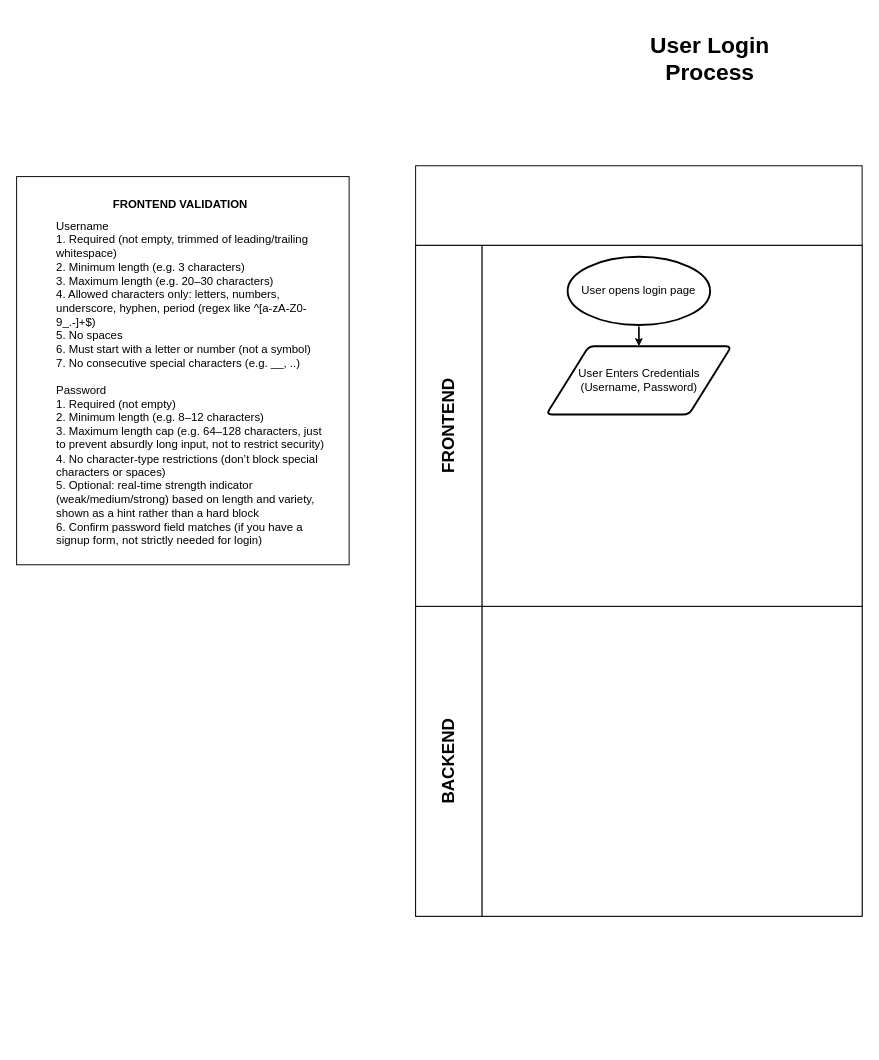
RHILIUS/drawio keeps this draw.io diagram as E-Commerce API Business Process.drawio. Above is the earlier version. Source tidied: cells renumbered, new cells numbered last; positions are measured from the earlier drawing's top-left corner, leaving out a move shared by most shapes. Both pictures are drawn from the tidied source at 95%, with x=0, y=0 at pixel (16, 42).
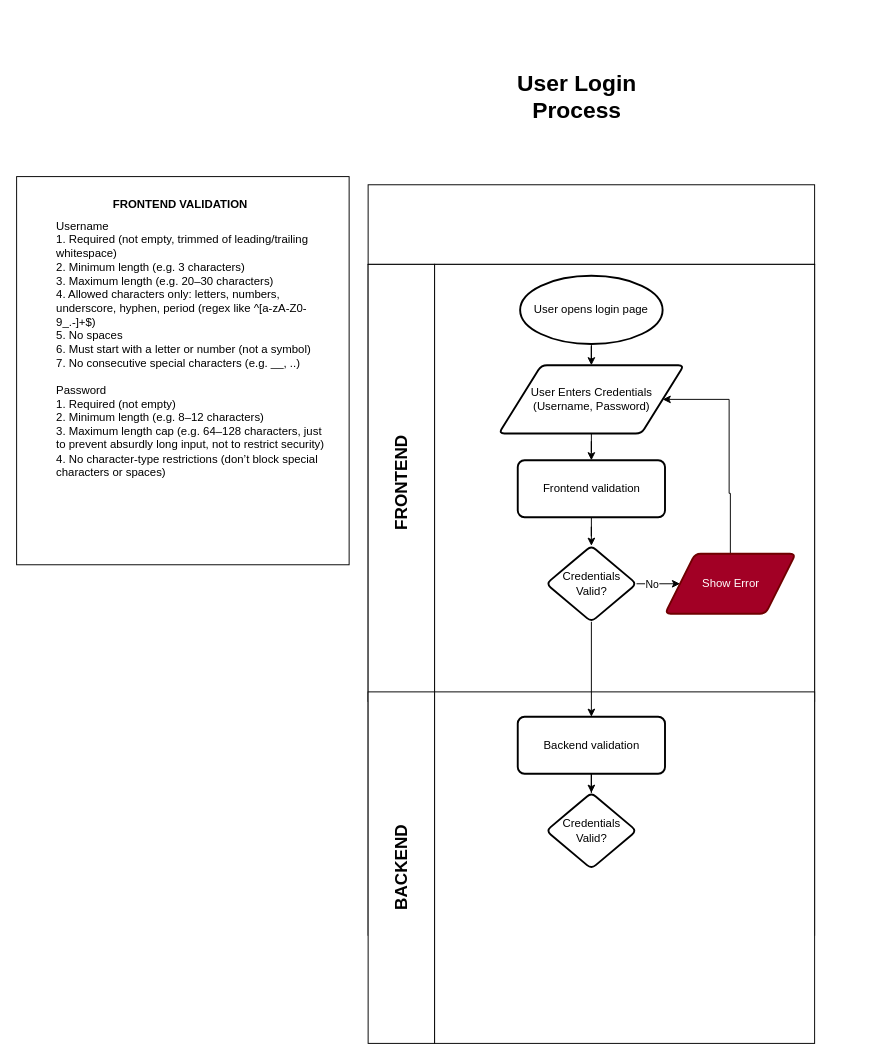
Above is the later version.

The change refers to these unchanged cells:
```xml
<mxCell id="19" value="User Enters Credentials&lt;br&gt;(Username, Password)" style="shape=parallelogram;html=1;strokeWidth=2;perimeter=parallelogramPerimeter;whiteSpace=wrap;rounded=1;arcSize=12;size=0.23;" parent="10" vertex="1">
  <mxGeometry x="137.5" y="106.2" width="195" height="71.8" as="geometry" />
</mxCell>
```

Diff of the diagram source:
```diff
@@
     <mxCell id="3" value="&lt;h1&gt;User Login Process&lt;/h1&gt;&lt;div&gt;&lt;br&gt;&lt;/div&gt;" style="text;html=1;whiteSpace=wrap;strokeColor=none;fillColor=none;align=center;verticalAlign=middle;rounded=0;horizontal=1;" parent="1" vertex="1">
-      <mxGeometry x="640" width="180" height="50" as="geometry" />
+      <mxGeometry x="500" y="40" width="180" height="50" as="geometry" />
     </mxCell>
     <mxCell id="4" style="group;horizontal=0;" parent="1" vertex="1">
-      <mxGeometry x="420" y="130" width="470" height="790" as="geometry" />
+      <mxGeometry x="370" y="150" width="470" height="903.8" as="geometry" />
     </mxCell>
     <mxCell id="5" style="group;" parent="4" vertex="1">
-      <mxGeometry width="470" height="790" as="geometry" />
+      <mxGeometry width="470" height="903.8" as="geometry" />
     </mxCell>
     <mxCell id="6" style="group;" parent="5" vertex="1">
-      <mxGeometry width="470" height="790" as="geometry" />
+      <mxGeometry width="470" height="903.8" as="geometry" />
     </mxCell>
     <mxCell id="7" style="group;" parent="6" vertex="1">
-      <mxGeometry width="470" height="790" as="geometry" />
+      <mxGeometry width="470" height="903.8" as="geometry" />
     </mxCell>
     <mxCell id="8" style="group;" parent="7" vertex="1">
-      <mxGeometry width="470" height="790" as="geometry" />
+      <mxGeometry width="470" height="903.8" as="geometry" />
     </mxCell>
@@
     <mxCell id="10" style="group;" parent="8" vertex="1">
-      <mxGeometry y="83.8" width="470" height="706.2" as="geometry" />
+      <mxGeometry y="83.8" width="470" height="820" as="geometry" />
     </mxCell>
@@
     <mxCell id="13" value="&lt;h2&gt;FRONTEND&lt;/h2&gt;" style="rounded=0;whiteSpace=wrap;html=1;horizontal=0;" parent="10" vertex="1">
-      <mxGeometry width="70" height="380" as="geometry" />
+      <mxGeometry width="70" height="460" as="geometry" />
     </mxCell>
     <mxCell id="14" style="rounded=0;whiteSpace=wrap;html=1;" parent="10" vertex="1">
-      <mxGeometry x="70" width="400" height="380" as="geometry" />
+      <mxGeometry x="70" width="400" height="460" as="geometry" />
     </mxCell>
     <mxCell id="15" value="&lt;h2&gt;BACKEND&lt;/h2&gt;" style="rounded=0;whiteSpace=wrap;html=1;horizontal=0;" parent="10" vertex="1">
-      <mxGeometry y="380" width="70" height="326.2" as="geometry" />
+      <mxGeometry y="450" width="70" height="370" as="geometry" />
     </mxCell>
     <mxCell id="16" style="rounded=0;whiteSpace=wrap;html=1;" parent="10" vertex="1">
-      <mxGeometry x="70" y="380" width="400" height="326.2" as="geometry" />
+      <mxGeometry x="70" y="450" width="400" height="370" as="geometry" />
     </mxCell>
@@
+    <mxCell id="23" value="Frontend validation" style="whiteSpace=wrap;html=1;strokeWidth=2;rounded=1;arcSize=12;" parent="10" vertex="1">
+      <mxGeometry x="157.5" y="206.2" width="155" height="60" as="geometry" />
+    </mxCell>
+    <mxCell id="24" style="edgeStyle=orthogonalEdgeStyle;rounded=0;jettySize=auto;html=1;" parent="10" edge="1" source="19" target="23">
+      <mxGeometry relative="1" as="geometry" />
+    </mxCell>
+    <mxCell id="25" style="edgeStyle=orthogonalEdgeStyle;rounded=0;jettySize=auto;html=1;entryX=0;entryY=0.5;entryDx=0;entryDy=0;" parent="10" edge="1" source="28" target="31">
+      <mxGeometry relative="1" as="geometry" />
+    </mxCell>
+    <mxCell id="26" value="No" style="edgeLabel;html=1;align=center;verticalAlign=middle;" parent="25" vertex="1">
+      <mxGeometry x="0.1" relative="1" as="geometry" />
+    </mxCell>
+    <mxCell id="27" style="edgeStyle=orthogonalEdgeStyle;rounded=0;jettySize=auto;html=1;entryX=0.5;entryY=0;entryDx=0;entryDy=0;" parent="10" edge="1" source="28" target="33">
+      <mxGeometry relative="1" as="geometry" />
+    </mxCell>
+    <mxCell id="28" value="Credentials Valid?" style="rhombus;whiteSpace=wrap;html=1;strokeWidth=2;rounded=1;arcSize=12;" parent="10" vertex="1">
+      <mxGeometry x="187.5" y="296.2" width="95" height="80" as="geometry" />
+    </mxCell>
+    <mxCell id="29" style="edgeStyle=orthogonalEdgeStyle;rounded=0;jettySize=auto;html=1;" parent="10" edge="1" source="23" target="28">
+      <mxGeometry relative="1" as="geometry" />
+    </mxCell>
+    <mxCell id="30" style="edgeStyle=orthogonalEdgeStyle;rounded=0;jettySize=auto;html=1;entryX=1;entryY=0.5;entryDx=0;entryDy=0;" parent="10" edge="1" source="31" target="19">
+      <mxGeometry relative="1" as="geometry">
+        <Array as="points">
+          <mxPoint x="381" y="241" />
+          <mxPoint x="380" y="241" />
+          <mxPoint x="380" y="142" />
+        </Array>
+      </mxGeometry>
+    </mxCell>
+    <mxCell id="31" value="Show Error" style="shape=parallelogram;html=1;strokeWidth=2;perimeter=parallelogramPerimeter;whiteSpace=wrap;rounded=1;arcSize=12;size=0.23;fillColor=#a20025;fontColor=#ffffff;strokeColor=#6F0000;" parent="10" vertex="1">
+      <mxGeometry x="312.5" y="304.6" width="137.5" height="63.2" as="geometry" />
+    </mxCell>
+    <mxCell id="32" style="edgeStyle=orthogonalEdgeStyle;rounded=0;jettySize=auto;html=1;entryX=0.5;entryY=0;entryDx=0;entryDy=0;" parent="10" edge="1" source="33" target="34">
+      <mxGeometry relative="1" as="geometry" />
+    </mxCell>
+    <mxCell id="33" value="Backend validation" style="whiteSpace=wrap;html=1;strokeWidth=2;rounded=1;arcSize=12;" parent="10" vertex="1">
+      <mxGeometry x="157.5" y="476.2" width="155" height="60" as="geometry" />
+    </mxCell>
+    <mxCell id="34" value="Credentials Valid?" style="rhombus;whiteSpace=wrap;html=1;strokeWidth=2;rounded=1;arcSize=12;" parent="10" vertex="1">
+      <mxGeometry x="187.5" y="556.2" width="95" height="80" as="geometry" />
+    </mxCell>
@@
-    <mxCell id="22" value="&lt;div&gt;Username&lt;/div&gt;&lt;div&gt;1. Required (not empty, trimmed of leading/trailing whitespace)&lt;/div&gt;&lt;div&gt;2. Minimum length (e.g. 3 characters)&lt;/div&gt;&lt;div&gt;3. Maximum length (e.g. 20–30 characters)&lt;/div&gt;&lt;div&gt;4. Allowed characters only: letters, numbers, underscore, hyphen, period (regex like ^[a-zA-Z0-9_.-]+$)&lt;/div&gt;&lt;div&gt;5. No spaces&lt;/div&gt;&lt;div&gt;6. Must start with a letter or number (not a symbol)&lt;/div&gt;&lt;div&gt;7. No consecutive special characters (e.g. __, ..)&lt;/div&gt;&lt;div&gt;&lt;br&gt;&lt;/div&gt;&lt;div&gt;Password&lt;/div&gt;&lt;div&gt;1. Required (not empty)&lt;/div&gt;&lt;div&gt;2. Minimum length (e.g. 8–12 characters)&lt;/div&gt;&lt;div&gt;3. Maximum length cap (e.g. 64–128 characters, just to prevent absurdly long input, not to restrict security)&lt;/div&gt;&lt;div&gt;4. No character-type restrictions (don’t block special characters or spaces)&lt;/div&gt;&lt;div&gt;5. Optional: real-time strength indicator (weak/medium/strong) based on length and variety, shown as a hint rather than a hard block&lt;/div&gt;&lt;div&gt;6. Confirm password field matches (if you have a signup form, not strictly needed for login)&lt;/div&gt;&lt;div&gt;&lt;br&gt;&lt;/div&gt;" style="text;html=1;whiteSpace=wrap;strokeColor=none;fillColor=none;align=left;verticalAlign=top;rounded=0;" parent="1" vertex="1">
+    <mxCell id="22" value="&lt;div&gt;Username&lt;/div&gt;&lt;div&gt;1. Required (not empty, trimmed of leading/trailing whitespace)&lt;/div&gt;&lt;div&gt;2. Minimum length (e.g. 3 characters)&lt;/div&gt;&lt;div&gt;3. Maximum length (e.g. 20–30 characters)&lt;/div&gt;&lt;div&gt;4. Allowed characters only: letters, numbers, underscore, hyphen, period (regex like ^[a-zA-Z0-9_.-]+$)&lt;/div&gt;&lt;div&gt;5. No spaces&lt;/div&gt;&lt;div&gt;6. Must start with a letter or number (not a symbol)&lt;/div&gt;&lt;div&gt;7. No consecutive special characters (e.g. __, ..)&lt;/div&gt;&lt;div&gt;&lt;br&gt;&lt;/div&gt;&lt;div&gt;Password&lt;/div&gt;&lt;div&gt;1. Required (not empty)&lt;/div&gt;&lt;div&gt;2. Minimum length (e.g. 8–12 characters)&lt;/div&gt;&lt;div&gt;3. Maximum length cap (e.g. 64–128 characters, just to prevent absurdly long input, not to restrict security)&lt;/div&gt;&lt;div&gt;4. No character-type restrictions (don’t block special characters or spaces)&lt;/div&gt;&lt;div&gt;&lt;br&gt;&lt;/div&gt;" style="text;html=1;whiteSpace=wrap;strokeColor=none;fillColor=none;align=left;verticalAlign=top;rounded=0;" parent="1" vertex="1">
       <mxGeometry x="40" y="180" width="290" height="367.1" as="geometry" />
     </mxCell>
```
